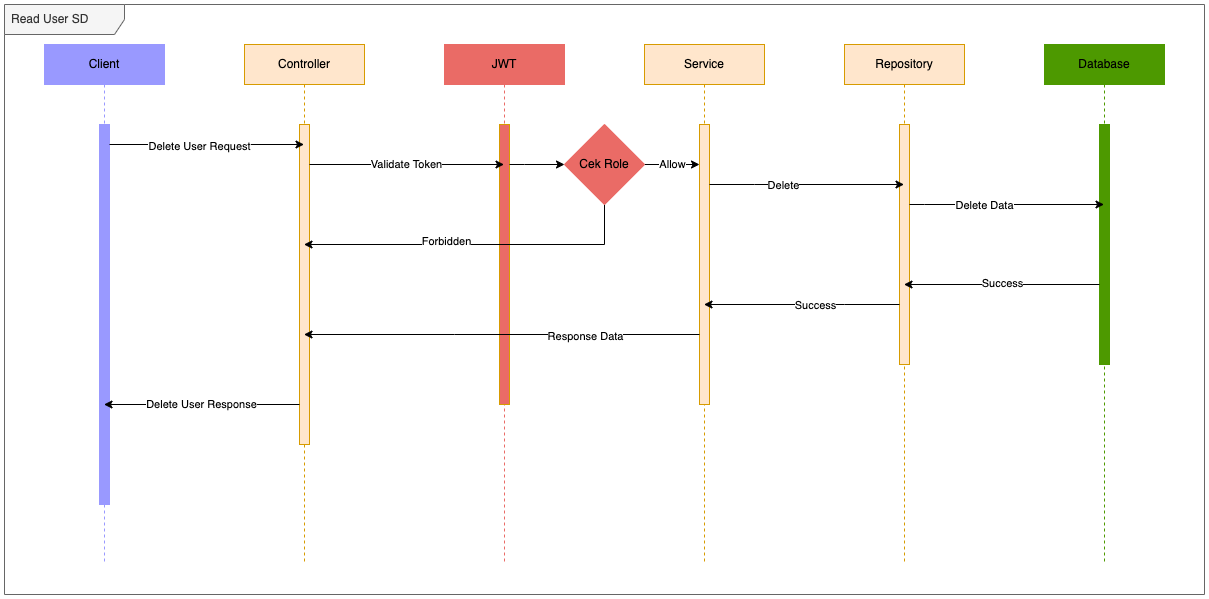
Before: doc/diagram_delete.png, a diagram exported from draw.io (wahyugnc/technical-test). Source tidied: cells renumbered, new cells last; positions are measured from the earlier drawing's top-left corner, leaving out a move shared by most shapes.
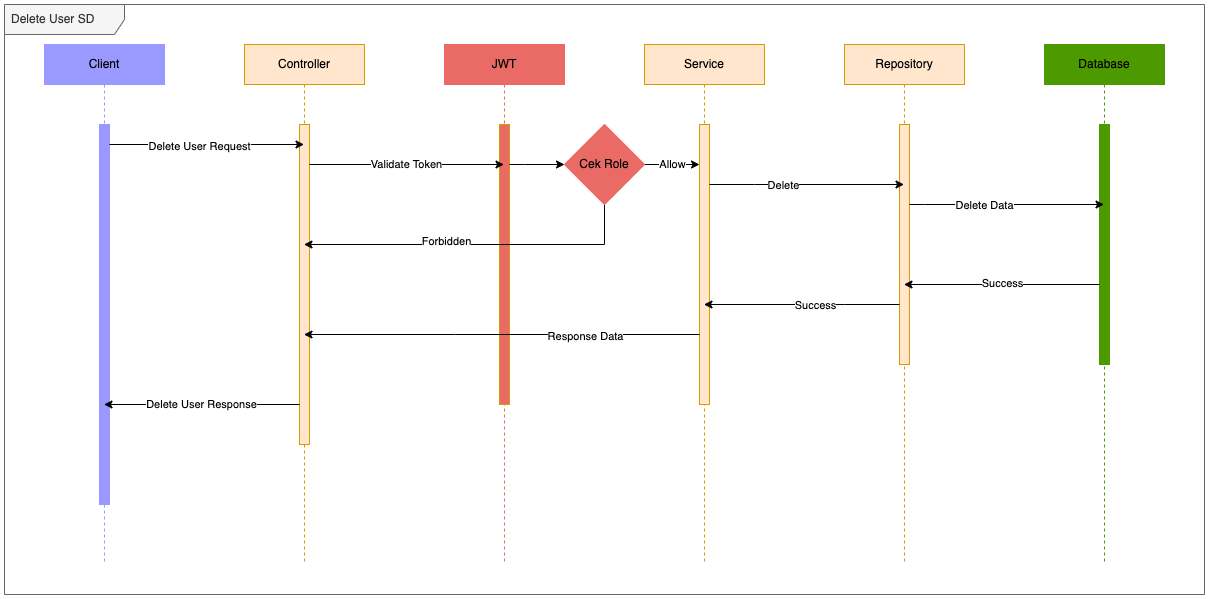
After the commit.

Diff of the diagram source:
```diff
@@ -8,7 +8,7 @@
     <mxCell id="3" style="html=1;points=[];perimeter=orthogonalPerimeter;fillColor=#9999FF;strokeColor=#9999FF;" parent="2" vertex="1">
       <mxGeometry x="55" y="80" width="10" height="380" as="geometry" />
     </mxCell>
-    <mxCell id="4" value="Read User SD" style="shape=umlFrame;whiteSpace=wrap;html=1;width=120;height=30;boundedLbl=1;verticalAlign=middle;align=left;spacingLeft=5;fillColor=#f5f5f5;fontColor=#333333;strokeColor=#666666;" parent="1" vertex="1">
+    <mxCell id="4" value="Delete User SD" style="shape=umlFrame;whiteSpace=wrap;html=1;width=120;height=30;boundedLbl=1;verticalAlign=middle;align=left;spacingLeft=5;fillColor=#f5f5f5;fontColor=#333333;strokeColor=#666666;" parent="1" vertex="1">
       <mxGeometry width="1200" height="590" as="geometry" />
     </mxCell>
     <mxCell id="5" value="Controller" style="shape=umlLifeline;perimeter=lifelinePerimeter;whiteSpace=wrap;html=1;outlineConnect=0;fillColor=#ffe6cc;strokeColor=#d79b00;" parent="1" vertex="1">
```
